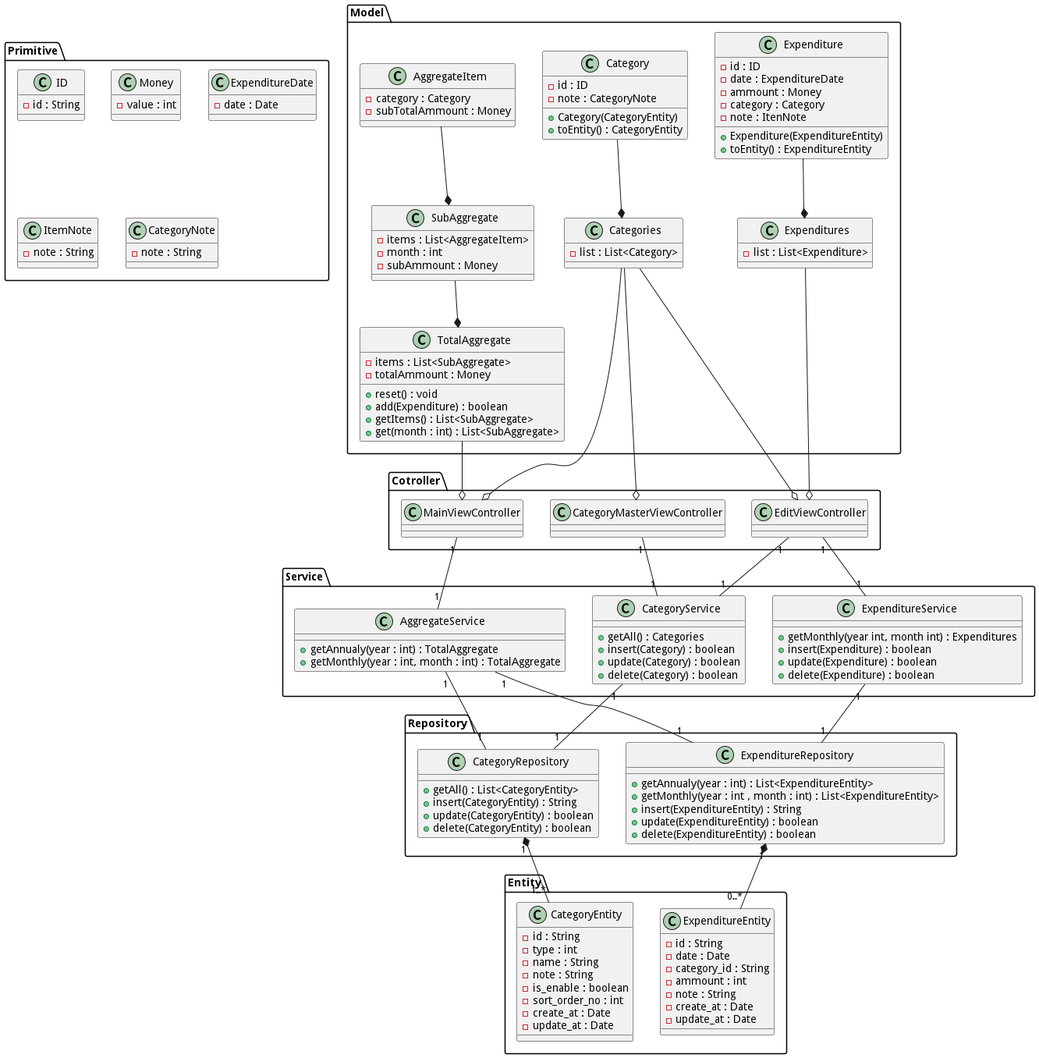
The PlantUML diagram Document/class_diagram.png in MasayukiFukada/ExpenditureBook, before a commit. The source it was exported from:
```plantuml
@startuml

package "Primitive" {

  class ID {
    - id : String
  }

  class Money {
    - value : int
  }

  class ExpenditureDate {
    - date : Date
  }

  class ItemNote {
    - note : String
  }

  class CategoryNote {
    - note : String
  }

}

package "Cotroller" {

  class MainViewController {
  }

  class EditViewController {
  }

  class CategoryMasterViewController {
  }

}

package "Model" {

  class Expenditures {
    - list : List<Expenditure>
  }

  class Expenditure {
    - id : ID
    - date : ExpenditureDate
    - ammount : Money
    - category : Category
    - note : ItenNote
    + Expenditure(ExpenditureEntity)
    + toEntity() : ExpenditureEntity
  }

  class Categories {
    - list : List<Category>
  }

  class Category {
    - id : ID
    - note : CategoryNote
    + Category(CategoryEntity)
    + toEntity() : CategoryEntity
  }

  class TotalAggregate {
    - items : List<SubAggregate>
    - totalAmmount : Money
    + reset() : void
    + add(Expenditure) : boolean
    + getItems() : List<SubAggregate>
    + get(month : int) : List<SubAggregate>
  }

  class SubAggregate {
    - items : List<AggregateItem>
    - month : int
    - subAmmount : Money
  }

  class AggregateItem {
    - category : Category
    - subTotalAmmount : Money
  }
}

package "Service" {
  class ExpenditureService {
    + getMonthly(year int, month int) : Expenditures
    + insert(Expenditure) : boolean
    + update(Expenditure) : boolean
    + delete(Expenditure) : boolean
  }

  class CategoryService {
    + getAll() : Categories
    + insert(Category) : boolean
    + update(Category) : boolean
    + delete(Category) : boolean
  }

  class AggregateService {
    + getAnnualy(year : int) : TotalAggregate
    + getMonthly(year : int, month : int) : TotalAggregate
  }
}

package "Repository" {

  class ExpenditureRepository {
    + getAnnualy(year : int) : List<ExpenditureEntity>
    + getMonthly(year : int , month : int) : List<ExpenditureEntity>
    + insert(ExpenditureEntity) : String
    + update(ExpenditureEntity) : boolean
    + delete(ExpenditureEntity) : boolean
  }

  class CategoryRepository {
    + getAll() : List<CategoryEntity>
    + insert(CategoryEntity) : String
    + update(CategoryEntity) : boolean
    + delete(CategoryEntity) : boolean
  }

}

package "Entity" {

  class ExpenditureEntity {
    - id : String
    - date : Date
    - category_id : String
    - ammount : int
    - note : String
    - create_at : Date
    - update_at : Date
  }

  class CategoryEntity {
    - id : String
    - type : int
    - name : String
    - note : String
    - is_enable : boolean
    - sort_order_no : int
    - create_at : Date
    - update_at : Date
  }

}

MainViewController o-up- Categories
MainViewController o-up- TotalAggregate
MainViewController "1" -- "1" AggregateService
EditViewController o-up- Expenditures
EditViewController o-up- Categories
EditViewController "1" -- "1" CategoryService
EditViewController "1" -- "1" ExpenditureService
CategoryMasterViewController o-up- Categories
CategoryMasterViewController "1" -- "1" CategoryService
AggregateService "1" -- "1" ExpenditureRepository
AggregateService "1" -- "1" CategoryRepository
ExpenditureService "1" -- "1" ExpenditureRepository
CategoryService "1" -- "1" CategoryRepository

Expenditures *-up- Expenditure
Categories *-up- Category
TotalAggregate *-up- SubAggregate
SubAggregate *-up- AggregateItem

ExpenditureRepository "1" *-- "0..*" ExpenditureEntity
CategoryRepository "1" *-- "1..*" CategoryEntity

@enduml
```
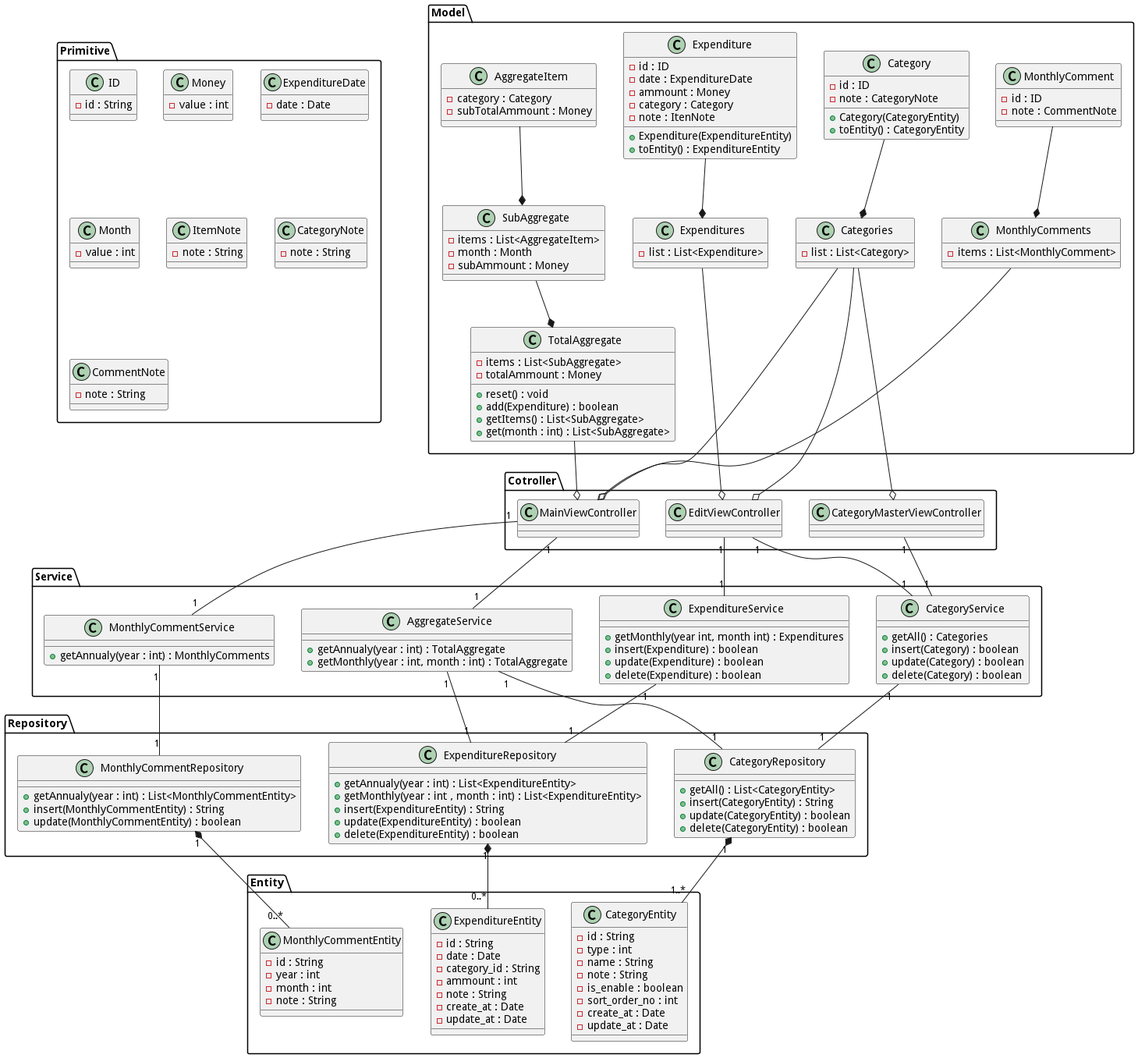
The same file after the commit.

Diff of the diagram source:
```diff
@@ -14,11 +14,19 @@
     - date : Date
   }
 
+  class Month {
+    - value : int
+  }
+
   class ItemNote {
     - note : String
   }
 
   class CategoryNote {
+    - note : String
+  }
+
+  class CommentNote {
     - note : String
   }
 
@@ -75,13 +83,22 @@
 
   class SubAggregate {
     - items : List<AggregateItem>
-    - month : int
+    - month : Month
     - subAmmount : Money
   }
 
   class AggregateItem {
     - category : Category
     - subTotalAmmount : Money
+  }
+
+  class MonthlyComments {
+    - items : List<MonthlyComment>
+  }
+
+  class MonthlyComment {
+    - id : ID
+    - note : CommentNote
   }
 }
 
@@ -104,6 +121,10 @@
     + getAnnualy(year : int) : TotalAggregate
     + getMonthly(year : int, month : int) : TotalAggregate
   }
+
+  class MonthlyCommentService {
+    + getAnnualy(year : int) : MonthlyComments
+  }
 }
 
 package "Repository" {
@@ -121,6 +142,12 @@
     + insert(CategoryEntity) : String
     + update(CategoryEntity) : boolean
     + delete(CategoryEntity) : boolean
+  }
+
+  class MonthlyCommentRepository {
+    + getAnnualy(year : int) : List<MonthlyCommentEntity>
+    + insert(MonthlyCommentEntity) : String
+    + update(MonthlyCommentEntity) : boolean
   }
 
 }
@@ -148,11 +175,20 @@
     - update_at : Date
   }
 
+  class MonthlyCommentEntity {
+    - id : String
+    - year : int
+    - month : int
+    - note : String
+  }
+
 }
 
 MainViewController o-up- Categories
 MainViewController o-up- TotalAggregate
+MainViewController o-up- MonthlyComments
 MainViewController "1" -- "1" AggregateService
+MainViewController "1" -- "1" MonthlyCommentService
 EditViewController o-up- Expenditures
 EditViewController o-up- Categories
 EditViewController "1" -- "1" CategoryService
@@ -163,13 +199,16 @@
 AggregateService "1" -- "1" CategoryRepository
 ExpenditureService "1" -- "1" ExpenditureRepository
 CategoryService "1" -- "1" CategoryRepository
+MonthlyCommentService "1" -- "1" MonthlyCommentRepository
 
 Expenditures *-up- Expenditure
 Categories *-up- Category
 TotalAggregate *-up- SubAggregate
 SubAggregate *-up- AggregateItem
+MonthlyComments *-up- MonthlyComment
 
 ExpenditureRepository "1" *-- "0..*" ExpenditureEntity
 CategoryRepository "1" *-- "1..*" CategoryEntity
+MonthlyCommentRepository "1" *-- "0..*" MonthlyCommentEntity
 
 @enduml
```
